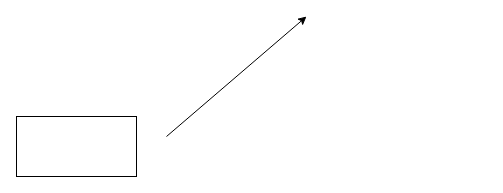
Earlier version of the draw.io diagram Диаграмма без названия.drawio (acherepanin/draw.io). Source tidied: cells renumbered, new cells numbered last; positions are measured from the earlier drawing's top-left corner, leaving out a move shared by most shapes. Both pictures are drawn from the tidied source at 100%, with x=0, y=0 at pixel (16, 16).
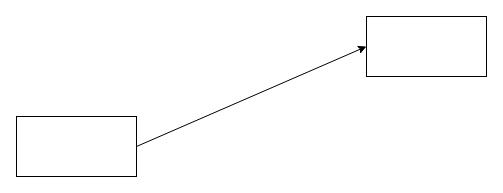
Above is the later version.

Change to the diagram source:
```diff
@@
 <mxGraphModel>
   <root>
     <mxCell id="0" />
     <mxCell id="1" parent="0" />
     <mxCell id="2" style="rounded=0;whiteSpace=wrap;html=1;" parent="1" vertex="1">
       <mxGeometry y="100" width="120" height="60" as="geometry" />
     </mxCell>
-    <mxCell id="3" style="endArrow=classic;html=1;rounded=0;" parent="1" edge="1">
-      <mxGeometry relative="1" as="geometry">
-        <mxPoint x="150" y="120" as="sourcePoint" />
-        <mxPoint x="290" as="targetPoint" />
-      </mxGeometry>
+    <mxCell id="3" style="endArrow=classic;html=1;rounded=0;exitX=1;exitY=0.5;exitDx=0;exitDy=0;entryX=0;entryY=0.5;entryDx=0;entryDy=0;" parent="1" edge="1" source="2" target="4">
+      <mxGeometry relative="1" as="geometry" />
     </mxCell>
+    <mxCell id="4" style="rounded=0;whiteSpace=wrap;html=1;" parent="1" vertex="1">
+      <mxGeometry x="350" width="120" height="60" as="geometry" />
+    </mxCell>
   </root>
 </mxGraphModel>
```
